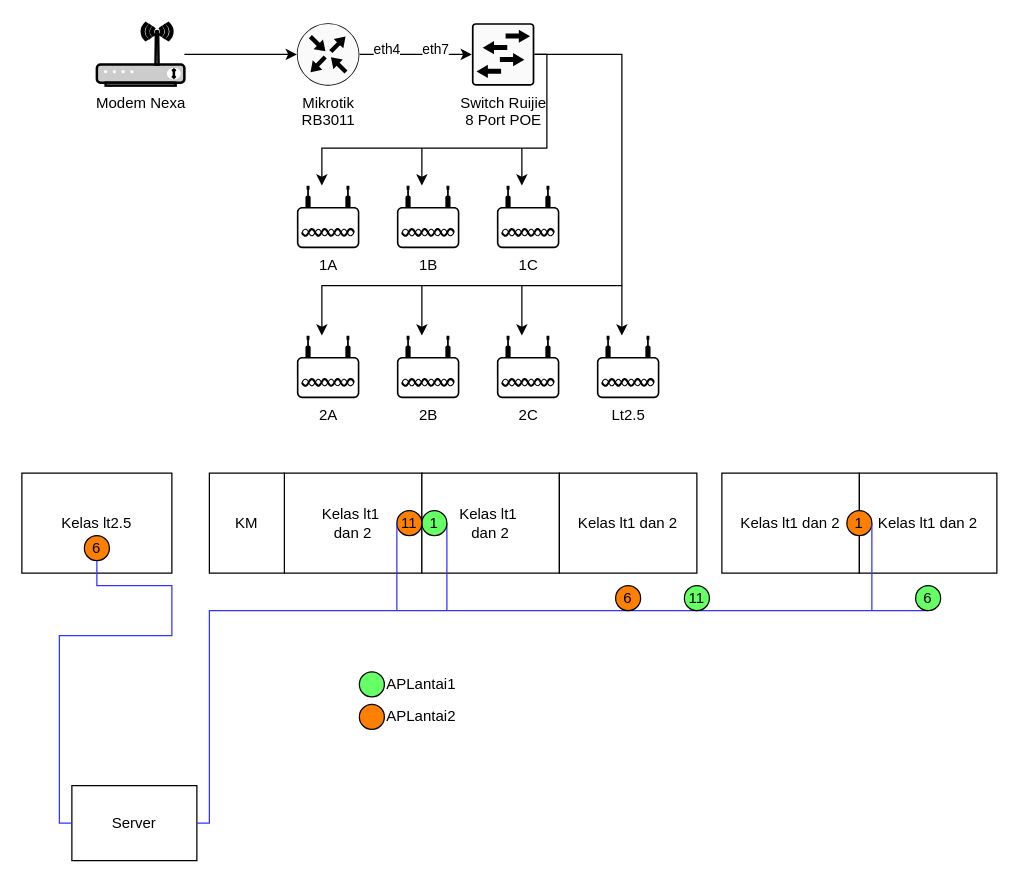
This is SMK MOENADI.drawio from hnkzf/topologi-site, a draw.io file, before an edit. Source tidied: cells renumbered, new cells numbered last; positions are measured from the earlier drawing's top-left corner, leaving out a move shared by most shapes. Both pictures are drawn from the tidied source at 125%, with x=0, y=0 at pixel (21, 22).
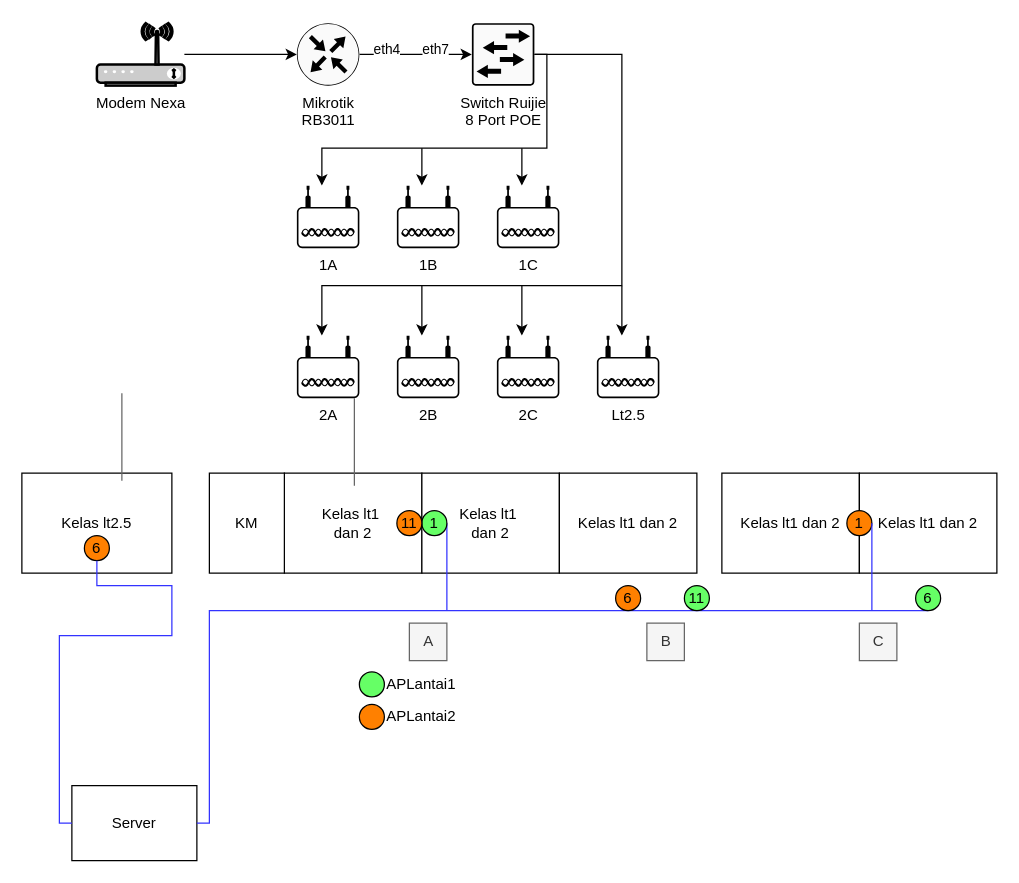
The same page after the edit.

Change to the diagram source:
```diff
@@
-    <mxCell id="39" style="endArrow=none;html=1;rounded=0;strokeColor=#3333FF;" parent="1" edge="1">
+    <mxCell id="39" style="endArrow=none;html=1;rounded=0;strokeColor=#666666;fillColor=#f5f5f5;" parent="1" edge="1">
       <mxGeometry relative="1" as="geometry">
-        <mxPoint x="300" y="470" as="sourcePoint" />
-        <mxPoint x="300" y="400" as="targetPoint" />
+        <mxPoint x="80" y="366" as="sourcePoint" />
+        <mxPoint x="80" y="296" as="targetPoint" />
       </mxGeometry>
     </mxCell>
@@
+    <mxCell id="45" value="A" style="text;html=1;align=center;verticalAlign=middle;strokeColor=#666666;fillColor=#f5f5f5;fontColor=#333333;" parent="1" vertex="1">
+      <mxGeometry x="310" y="480" width="30" height="30" as="geometry" />
+    </mxCell>
+    <mxCell id="46" value="B" style="text;html=1;align=center;verticalAlign=middle;strokeColor=#666666;fillColor=#f5f5f5;fontColor=#333333;" parent="1" vertex="1">
+      <mxGeometry x="500" y="480" width="30" height="30" as="geometry" />
+    </mxCell>
+    <mxCell id="47" style="endArrow=none;html=1;rounded=0;strokeColor=#666666;fillColor=#f5f5f5;" parent="1" edge="1">
+      <mxGeometry relative="1" as="geometry">
+        <mxPoint x="266" y="370" as="sourcePoint" />
+        <mxPoint x="266" y="300" as="targetPoint" />
+      </mxGeometry>
+    </mxCell>
+    <mxCell id="48" value="C" style="text;html=1;align=center;verticalAlign=middle;strokeColor=#666666;fillColor=#f5f5f5;fontColor=#333333;" parent="1" vertex="1">
+      <mxGeometry x="670" y="480" width="30" height="30" as="geometry" />
+    </mxCell>
```
